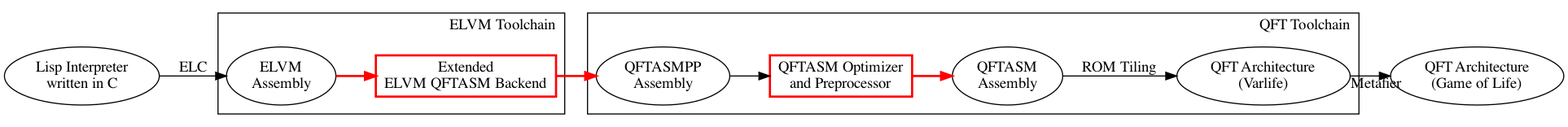
Earlier version of the Graphviz export img/toolchain.png (woodrush/lisp-in-life). Its source is kept beside it as img/toolchain.dot.
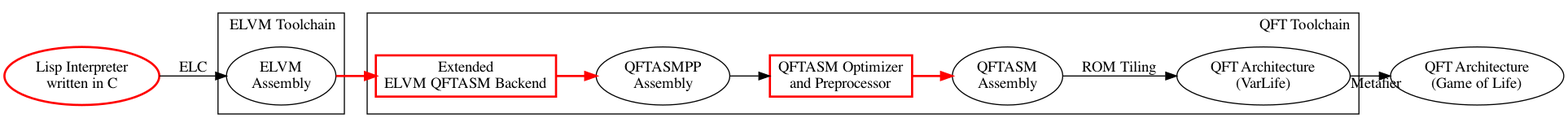
The same file after the commit.

Change to the diagram source:
```diff
@@ -1,7 +1,7 @@
 digraph G {
     rankdir="LR"
 
-    C [label="Lisp Interpreter\nwritten in C"]
+    C [label="Lisp Interpreter\nwritten in C" color="red" penwidth=2]
 
     C->eli [label="ELC"]
 
@@ -30,7 +30,7 @@
         QFTASMPPopt->QFTASM [color="red" penwidth=2]
 
 
-        QFTex [label="QFT Architecture\n(Varlife)"]
+        QFTex [label="QFT Architecture\n(VarLife)"]
         QFTASM -> QFTex [label="ROM Tiling"]
     }
     QFTgol [label="QFT Architecture\n(Game of Life)"]
```
